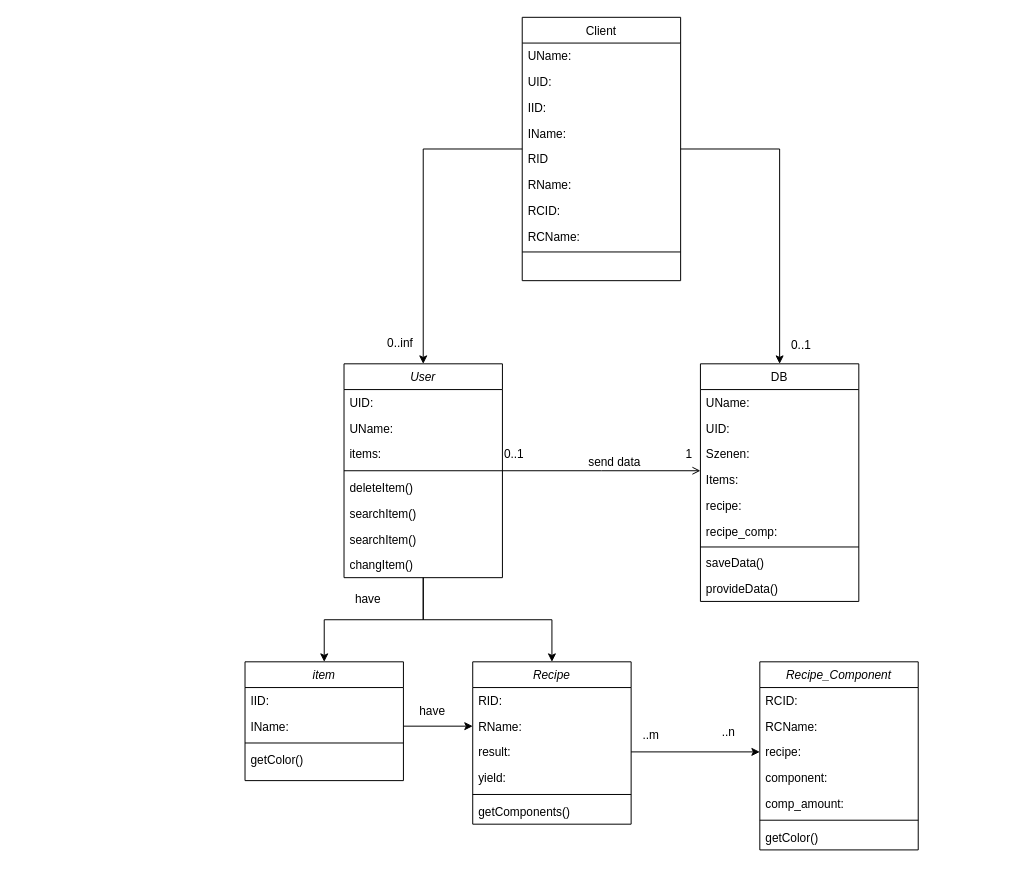
Above: klassendiabauantleitungshelfer.drawio in schattnkatz98/Team-Projekt-Michael-u-Julian (draw.io), before the change. Source tidied: cells renumbered, new cells numbered last; positions are measured from the earlier drawing's top-left corner, leaving out a move shared by most shapes. Both pictures are drawn from the tidied source at 99%, with x=0, y=0 at pixel (245, 17).
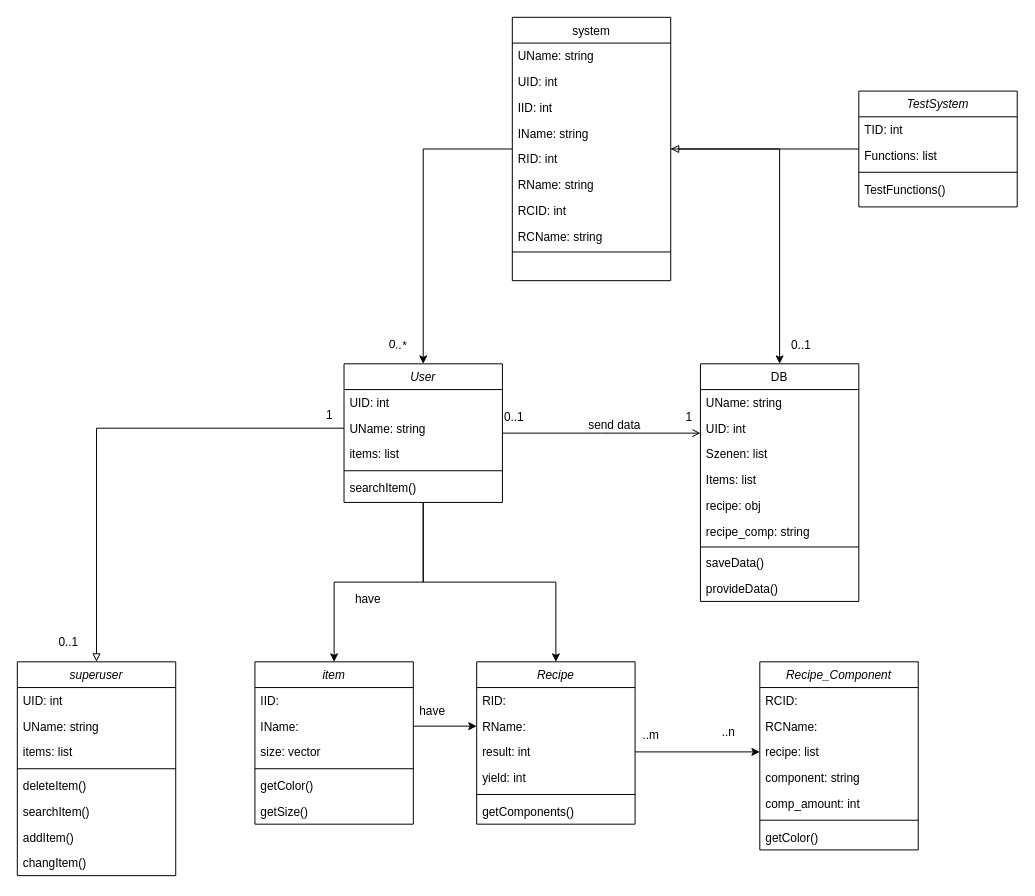
The same diagram, later.

The change refers to these unchanged cells:
```xml
<mxCell id="13" value="DB" style="swimlane;fontStyle=0;align=center;verticalAlign=top;horizontal=1;startSize=26;rounded=0;shadow=0;strokeWidth=1;" parent="1" vertex="1">
  <mxGeometry x="460" y="350" width="160" height="240" as="geometry" />
</mxCell>
<mxCell id="39" value="Recipe_Component" style="swimlane;fontStyle=2;align=center;verticalAlign=top;horizontal=1;startSize=26;rounded=0;shadow=0;strokeWidth=1;" parent="1" vertex="1">
  <mxGeometry x="520" y="651" width="160" height="190" as="geometry" />
</mxCell>
```

Change to the diagram source:
```diff
@@
     <mxCell id="4" value="User" style="swimlane;fontStyle=2;align=center;verticalAlign=top;horizontal=1;startSize=26;rounded=0;shadow=0;strokeWidth=1;" parent="1" vertex="1">
-      <mxGeometry x="100" y="350" width="160" height="216" as="geometry" />
+      <mxGeometry x="100" y="350" width="160" height="140" as="geometry" />
     </mxCell>
-    <mxCell id="5" value="UID:" style="text;align=left;verticalAlign=top;spacingLeft=4;spacingRight=4;overflow=hidden;" parent="4" vertex="1">
+    <mxCell id="5" value="UID: int" style="text;align=left;verticalAlign=top;spacingLeft=4;spacingRight=4;overflow=hidden;" parent="4" vertex="1">
       <mxGeometry y="26" width="160" height="26" as="geometry" />
     </mxCell>
-    <mxCell id="6" value="UName:" style="text;align=left;verticalAlign=top;spacingLeft=4;spacingRight=4;overflow=hidden;points=[[0,0.5],[1,0.5]];portConstraint=eastwest;rounded=0;shadow=0;html=0;" parent="4" vertex="1">
+    <mxCell id="6" value="UName: string" style="text;align=left;verticalAlign=top;spacingLeft=4;spacingRight=4;overflow=hidden;points=[[0,0.5],[1,0.5]];portConstraint=eastwest;rounded=0;shadow=0;html=0;" parent="4" vertex="1">
       <mxGeometry y="52" width="160" height="26" as="geometry" />
     </mxCell>
-    <mxCell id="7" value="items:" style="text;align=left;verticalAlign=top;spacingLeft=4;spacingRight=4;overflow=hidden;rounded=0;shadow=0;html=0;" parent="4" vertex="1">
+    <mxCell id="7" value="items: list" style="text;align=left;verticalAlign=top;spacingLeft=4;spacingRight=4;overflow=hidden;rounded=0;shadow=0;html=0;" parent="4" vertex="1">
       <mxGeometry y="78" width="160" height="26" as="geometry" />
     </mxCell>
@@
-    <mxCell id="9" value="deleteItem()" style="text;align=left;verticalAlign=top;spacingLeft=4;spacingRight=4;overflow=hidden;" parent="4" vertex="1">
-      <mxGeometry y="112" width="160" height="26" as="geometry" />
-    </mxCell>
     <mxCell id="10" value="searchItem()" style="text;align=left;verticalAlign=top;spacingLeft=4;spacingRight=4;overflow=hidden;" parent="4" vertex="1">
-      <mxGeometry y="138" width="160" height="26" as="geometry" />
+      <mxGeometry y="112" width="160" height="26" as="geometry" />
     </mxCell>
-    <mxCell id="11" value="searchItem()" style="text;align=left;verticalAlign=top;spacingLeft=4;spacingRight=4;overflow=hidden;" parent="4" vertex="1">
-      <mxGeometry y="164" width="160" height="26" as="geometry" />
-    </mxCell>
-    <mxCell id="12" value="changItem()" style="text;align=left;verticalAlign=top;spacingLeft=4;spacingRight=4;overflow=hidden;" parent="4" vertex="1">
-      <mxGeometry y="190" width="160" height="26" as="geometry" />
-    </mxCell>
@@
-    <mxCell id="14" value="UName:" style="text;align=left;verticalAlign=top;spacingLeft=4;spacingRight=4;overflow=hidden;rounded=0;shadow=0;html=0;" parent="13" vertex="1">
+    <mxCell id="14" value="UName: string" style="text;align=left;verticalAlign=top;spacingLeft=4;spacingRight=4;overflow=hidden;rounded=0;shadow=0;html=0;" parent="13" vertex="1">
       <mxGeometry y="26" width="160" height="26" as="geometry" />
     </mxCell>
-    <mxCell id="15" value="UID:" style="text;align=left;verticalAlign=top;spacingLeft=4;spacingRight=4;overflow=hidden;rounded=0;shadow=0;html=0;" parent="13" vertex="1">
+    <mxCell id="15" value="UID: int" style="text;align=left;verticalAlign=top;spacingLeft=4;spacingRight=4;overflow=hidden;rounded=0;shadow=0;html=0;" parent="13" vertex="1">
       <mxGeometry y="52" width="160" height="26" as="geometry" />
     </mxCell>
-    <mxCell id="16" value="Szenen:" style="text;align=left;verticalAlign=top;spacingLeft=4;spacingRight=4;overflow=hidden;" parent="13" vertex="1">
+    <mxCell id="16" value="Szenen: list" style="text;align=left;verticalAlign=top;spacingLeft=4;spacingRight=4;overflow=hidden;" parent="13" vertex="1">
       <mxGeometry y="78" width="160" height="26" as="geometry" />
     </mxCell>
-    <mxCell id="17" value="Items:" style="text;align=left;verticalAlign=top;spacingLeft=4;spacingRight=4;overflow=hidden;" parent="13" vertex="1">
+    <mxCell id="17" value="Items: list" style="text;align=left;verticalAlign=top;spacingLeft=4;spacingRight=4;overflow=hidden;" parent="13" vertex="1">
       <mxGeometry y="104" width="160" height="26" as="geometry" />
     </mxCell>
-    <mxCell id="18" value="recipe:" style="text;align=left;verticalAlign=top;spacingLeft=4;spacingRight=4;overflow=hidden;" parent="13" vertex="1">
+    <mxCell id="18" value="recipe: obj" style="text;align=left;verticalAlign=top;spacingLeft=4;spacingRight=4;overflow=hidden;" parent="13" vertex="1">
       <mxGeometry y="130" width="160" height="26" as="geometry" />
     </mxCell>
-    <mxCell id="19" value="recipe_comp:" style="text;align=left;verticalAlign=top;spacingLeft=4;spacingRight=4;overflow=hidden;" parent="13" vertex="1">
+    <mxCell id="19" value="recipe_comp: string" style="text;align=left;verticalAlign=top;spacingLeft=4;spacingRight=4;overflow=hidden;" parent="13" vertex="1">
       <mxGeometry y="156" width="160" height="26" as="geometry" />
     </mxCell>
@@
     <mxCell id="27" value="item" style="swimlane;fontStyle=2;align=center;verticalAlign=top;horizontal=1;startSize=26;rounded=0;shadow=0;strokeWidth=1;" parent="1" vertex="1">
-      <mxGeometry y="651" width="160" height="120" as="geometry" />
+      <mxGeometry x="10" y="651" width="160" height="164" as="geometry" />
     </mxCell>
@@
+    <mxCell id="67" value="size: vector" style="text;align=left;verticalAlign=top;spacingLeft=4;spacingRight=4;overflow=hidden;" parent="27" vertex="1">
+      <mxGeometry y="78" width="160" height="26" as="geometry" />
+    </mxCell>
     <mxCell id="30" style="line;html=1;strokeWidth=1;align=left;verticalAlign=middle;spacingTop=-1;spacingLeft=3;spacingRight=3;labelPosition=right;" parent="27" vertex="1">
-      <mxGeometry y="78" width="160" height="8" as="geometry" />
+      <mxGeometry y="104" width="160" height="8" as="geometry" />
     </mxCell>
     <mxCell id="31" value="getColor()" style="text;align=left;verticalAlign=top;spacingLeft=4;spacingRight=4;overflow=hidden;" parent="27" vertex="1">
-      <mxGeometry y="86" width="160" height="26" as="geometry" />
+      <mxGeometry y="112" width="160" height="26" as="geometry" />
     </mxCell>
+    <mxCell id="68" value="getSize()" style="text;align=left;verticalAlign=top;spacingLeft=4;spacingRight=4;overflow=hidden;" parent="27" vertex="1">
+      <mxGeometry y="138" width="160" height="26" as="geometry" />
+    </mxCell>
     <mxCell id="32" value="Recipe" style="swimlane;fontStyle=2;align=center;verticalAlign=top;horizontal=1;startSize=26;rounded=0;shadow=0;strokeWidth=1;" parent="1" vertex="1">
-      <mxGeometry x="230" y="651" width="160" height="164" as="geometry" />
+      <mxGeometry x="234" y="651" width="160" height="164" as="geometry" />
     </mxCell>
@@
-    <mxCell id="35" value="result:" style="text;align=left;verticalAlign=top;spacingLeft=4;spacingRight=4;overflow=hidden;points=[[0,0.5],[1,0.5]];portConstraint=eastwest;rounded=0;shadow=0;html=0;" parent="32" vertex="1">
+    <mxCell id="35" value="result: int" style="text;align=left;verticalAlign=top;spacingLeft=4;spacingRight=4;overflow=hidden;points=[[0,0.5],[1,0.5]];portConstraint=eastwest;rounded=0;shadow=0;html=0;" parent="32" vertex="1">
       <mxGeometry y="78" width="160" height="26" as="geometry" />
     </mxCell>
-    <mxCell id="36" value="yield:" style="text;align=left;verticalAlign=top;spacingLeft=4;spacingRight=4;overflow=hidden;rounded=0;shadow=0;html=0;" parent="32" vertex="1">
+    <mxCell id="36" value="yield: int" style="text;align=left;verticalAlign=top;spacingLeft=4;spacingRight=4;overflow=hidden;rounded=0;shadow=0;html=0;" parent="32" vertex="1">
       <mxGeometry y="104" width="160" height="26" as="geometry" />
     </mxCell>
@@
-    <mxCell id="42" value="recipe:" style="text;align=left;verticalAlign=top;spacingLeft=4;spacingRight=4;overflow=hidden;points=[[0,0.5],[1,0.5]];portConstraint=eastwest;rounded=0;shadow=0;html=0;" parent="39" vertex="1">
+    <mxCell id="42" value="recipe: list" style="text;align=left;verticalAlign=top;spacingLeft=4;spacingRight=4;overflow=hidden;points=[[0,0.5],[1,0.5]];portConstraint=eastwest;rounded=0;shadow=0;html=0;" parent="39" vertex="1">
       <mxGeometry y="78" width="160" height="26" as="geometry" />
     </mxCell>
-    <mxCell id="43" value="component:" style="text;align=left;verticalAlign=top;spacingLeft=4;spacingRight=4;overflow=hidden;rounded=0;shadow=0;html=0;" parent="39" vertex="1">
+    <mxCell id="43" value="component: string" style="text;align=left;verticalAlign=top;spacingLeft=4;spacingRight=4;overflow=hidden;rounded=0;shadow=0;html=0;" parent="39" vertex="1">
       <mxGeometry y="104" width="160" height="26" as="geometry" />
     </mxCell>
-    <mxCell id="44" value="comp_amount:" style="text;align=left;verticalAlign=top;spacingLeft=4;spacingRight=4;overflow=hidden;rounded=0;shadow=0;html=0;" parent="39" vertex="1">
+    <mxCell id="44" value="comp_amount: int" style="text;align=left;verticalAlign=top;spacingLeft=4;spacingRight=4;overflow=hidden;rounded=0;shadow=0;html=0;" parent="39" vertex="1">
       <mxGeometry y="130" width="160" height="26" as="geometry" />
     </mxCell>
@@
-    <mxCell id="50" value="Client" style="swimlane;fontStyle=0;align=center;verticalAlign=top;horizontal=1;startSize=26;rounded=0;shadow=0;strokeWidth=1;" parent="1" vertex="1">
-      <mxGeometry x="280" width="160" height="266" as="geometry" />
+    <mxCell id="50" value="system" style="swimlane;fontStyle=0;align=center;verticalAlign=top;horizontal=1;startSize=26;rounded=0;shadow=0;strokeWidth=1;" parent="1" vertex="1">
+      <mxGeometry x="270" width="160" height="266" as="geometry" />
     </mxCell>
-    <mxCell id="51" value="UName:" style="text;align=left;verticalAlign=top;spacingLeft=4;spacingRight=4;overflow=hidden;rounded=0;shadow=0;html=0;" parent="50" vertex="1">
+    <mxCell id="51" value="UName: string" style="text;align=left;verticalAlign=top;spacingLeft=4;spacingRight=4;overflow=hidden;rounded=0;shadow=0;html=0;" parent="50" vertex="1">
       <mxGeometry y="26" width="160" height="26" as="geometry" />
     </mxCell>
-    <mxCell id="52" value="UID:" style="text;align=left;verticalAlign=top;spacingLeft=4;spacingRight=4;overflow=hidden;rounded=0;shadow=0;html=0;" parent="50" vertex="1">
+    <mxCell id="52" value="UID: int" style="text;align=left;verticalAlign=top;spacingLeft=4;spacingRight=4;overflow=hidden;rounded=0;shadow=0;html=0;" parent="50" vertex="1">
       <mxGeometry y="52" width="160" height="26" as="geometry" />
     </mxCell>
-    <mxCell id="53" value="IID:" style="text;align=left;verticalAlign=top;spacingLeft=4;spacingRight=4;overflow=hidden;" parent="50" vertex="1">
+    <mxCell id="53" value="IID: int" style="text;align=left;verticalAlign=top;spacingLeft=4;spacingRight=4;overflow=hidden;" parent="50" vertex="1">
       <mxGeometry y="78" width="160" height="26" as="geometry" />
     </mxCell>
-    <mxCell id="54" value="IName:" style="text;align=left;verticalAlign=top;spacingLeft=4;spacingRight=4;overflow=hidden;" parent="50" vertex="1">
+    <mxCell id="54" value="IName: string" style="text;align=left;verticalAlign=top;spacingLeft=4;spacingRight=4;overflow=hidden;" parent="50" vertex="1">
       <mxGeometry y="104" width="160" height="26" as="geometry" />
     </mxCell>
-    <mxCell id="55" value="RID" style="text;align=left;verticalAlign=top;spacingLeft=4;spacingRight=4;overflow=hidden;" parent="50" vertex="1">
+    <mxCell id="55" value="RID: int" style="text;align=left;verticalAlign=top;spacingLeft=4;spacingRight=4;overflow=hidden;" parent="50" vertex="1">
       <mxGeometry y="130" width="160" height="26" as="geometry" />
     </mxCell>
-    <mxCell id="56" value="RName:" style="text;align=left;verticalAlign=top;spacingLeft=4;spacingRight=4;overflow=hidden;" parent="50" vertex="1">
+    <mxCell id="56" value="RName: string" style="text;align=left;verticalAlign=top;spacingLeft=4;spacingRight=4;overflow=hidden;" parent="50" vertex="1">
       <mxGeometry y="156" width="160" height="26" as="geometry" />
     </mxCell>
-    <mxCell id="57" value="RCID:" style="text;align=left;verticalAlign=top;spacingLeft=4;spacingRight=4;overflow=hidden;" parent="50" vertex="1">
+    <mxCell id="57" value="RCID: int" style="text;align=left;verticalAlign=top;spacingLeft=4;spacingRight=4;overflow=hidden;" parent="50" vertex="1">
       <mxGeometry y="182" width="160" height="26" as="geometry" />
     </mxCell>
-    <mxCell id="58" value="RCName:" style="text;align=left;verticalAlign=top;spacingLeft=4;spacingRight=4;overflow=hidden;" parent="50" vertex="1">
+    <mxCell id="58" value="RCName: string" style="text;align=left;verticalAlign=top;spacingLeft=4;spacingRight=4;overflow=hidden;" parent="50" vertex="1">
       <mxGeometry y="208" width="160" height="26" as="geometry" />
     </mxCell>
@@
-    <mxCell id="60" value="0..inf" style="align=left;verticalAlign=bottom;labelBackgroundColor=none;fontSize=12;direction=south;" parent="1" vertex="1">
+    <mxCell id="60" value="0..*" style="align=left;verticalAlign=bottom;labelBackgroundColor=none;fontSize=12;direction=east;rotation=5;" parent="1" vertex="1">
       <mxGeometry x="140" y="350" as="geometry">
         <mxPoint x="2" y="-12" as="offset" />
       </mxGeometry>
     </mxCell>
@@
+    <mxCell id="69" value="superuser" style="swimlane;fontStyle=2;align=center;verticalAlign=top;horizontal=1;startSize=26;rounded=0;shadow=0;strokeWidth=1;" parent="1" vertex="1">
+      <mxGeometry x="-230" y="651" width="160" height="216" as="geometry" />
+    </mxCell>
+    <mxCell id="70" value="UID: int" style="text;align=left;verticalAlign=top;spacingLeft=4;spacingRight=4;overflow=hidden;" parent="69" vertex="1">
+      <mxGeometry y="26" width="160" height="26" as="geometry" />
+    </mxCell>
+    <mxCell id="71" value="UName: string" style="text;align=left;verticalAlign=top;spacingLeft=4;spacingRight=4;overflow=hidden;rounded=0;shadow=0;html=0;" parent="69" vertex="1">
+      <mxGeometry y="52" width="160" height="26" as="geometry" />
+    </mxCell>
+    <mxCell id="72" value="items: list" style="text;align=left;verticalAlign=top;spacingLeft=4;spacingRight=4;overflow=hidden;rounded=0;shadow=0;html=0;" parent="69" vertex="1">
+      <mxGeometry y="78" width="160" height="26" as="geometry" />
+    </mxCell>
+    <mxCell id="73" style="line;html=1;strokeWidth=1;align=left;verticalAlign=middle;spacingTop=-1;spacingLeft=3;spacingRight=3;labelPosition=right;" parent="69" vertex="1">
+      <mxGeometry y="104" width="160" height="8" as="geometry" />
+    </mxCell>
+    <mxCell id="9" value="deleteItem()" style="text;align=left;verticalAlign=top;spacingLeft=4;spacingRight=4;overflow=hidden;" parent="69" vertex="1">
+      <mxGeometry y="112" width="160" height="26" as="geometry" />
+    </mxCell>
+    <mxCell id="11" value="searchItem()" style="text;align=left;verticalAlign=top;spacingLeft=4;spacingRight=4;overflow=hidden;" parent="69" vertex="1">
+      <mxGeometry y="138" width="160" height="26" as="geometry" />
+    </mxCell>
+    <mxCell id="74" value="addItem()" style="text;align=left;verticalAlign=top;spacingLeft=4;spacingRight=4;overflow=hidden;" parent="69" vertex="1">
+      <mxGeometry y="164" width="160" height="26" as="geometry" />
+    </mxCell>
+    <mxCell id="12" value="changItem()" style="text;align=left;verticalAlign=top;spacingLeft=4;spacingRight=4;overflow=hidden;" parent="69" vertex="1">
+      <mxGeometry y="190" width="160" height="26" as="geometry" />
+    </mxCell>
+    <mxCell id="75" style="edgeStyle=orthogonalEdgeStyle;rounded=0;jettySize=auto;html=1;entryX=0.5;entryY=0;entryDx=0;entryDy=0;endArrow=block;endFill=0;" parent="1" edge="1" source="6" target="69">
+      <mxGeometry relative="1" as="geometry" />
+    </mxCell>
+    <mxCell id="76" value="0..1" style="align=left;verticalAlign=bottom;labelBackgroundColor=none;fontSize=12;" parent="1" vertex="1">
+      <mxGeometry x="-190" y="640" as="geometry" />
+    </mxCell>
+    <mxCell id="77" value="1" style="align=right;verticalAlign=bottom;labelBackgroundColor=none;fontSize=12;" parent="1" vertex="1">
+      <mxGeometry x="90" y="410" as="geometry" />
+    </mxCell>
+    <mxCell id="78" style="edgeStyle=orthogonalEdgeStyle;rounded=0;jettySize=auto;html=1;entryX=1;entryY=0.5;entryDx=0;entryDy=0;endArrow=block;endFill=0;" parent="1" edge="1" source="79" target="50">
+      <mxGeometry relative="1" as="geometry" />
+    </mxCell>
+    <mxCell id="79" value="TestSystem" style="swimlane;fontStyle=2;align=center;verticalAlign=top;horizontal=1;startSize=26;rounded=0;shadow=0;strokeWidth=1;" parent="1" vertex="1">
+      <mxGeometry x="620" y="74.5" width="160" height="117" as="geometry" />
+    </mxCell>
+    <mxCell id="80" value="TID: int" style="text;align=left;verticalAlign=top;spacingLeft=4;spacingRight=4;overflow=hidden;" parent="79" vertex="1">
+      <mxGeometry y="26" width="160" height="26" as="geometry" />
+    </mxCell>
+    <mxCell id="81" value="Functions: list" style="text;align=left;verticalAlign=top;spacingLeft=4;spacingRight=4;overflow=hidden;rounded=0;shadow=0;html=0;" parent="79" vertex="1">
+      <mxGeometry y="52" width="160" height="26" as="geometry" />
+    </mxCell>
+    <mxCell id="82" style="line;html=1;strokeWidth=1;align=left;verticalAlign=middle;spacingTop=-1;spacingLeft=3;spacingRight=3;labelPosition=right;" parent="79" vertex="1">
+      <mxGeometry y="78" width="160" height="8" as="geometry" />
+    </mxCell>
+    <mxCell id="83" value="TestFunctions()" style="text;align=left;verticalAlign=top;spacingLeft=4;spacingRight=4;overflow=hidden;" parent="79" vertex="1">
+      <mxGeometry y="86" width="160" height="26" as="geometry" />
+    </mxCell>
```
